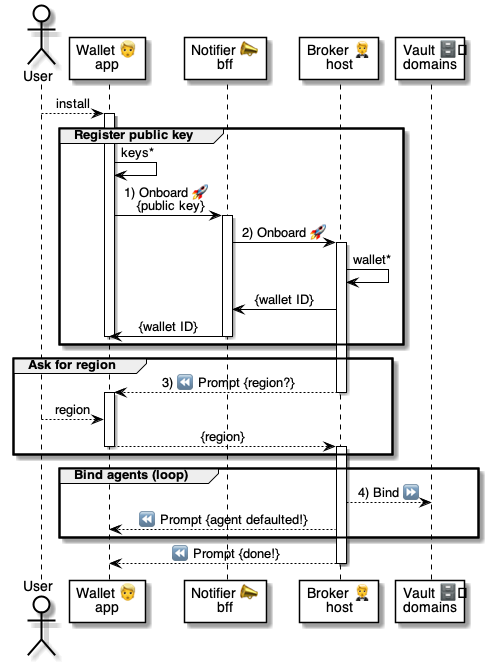
The PlantUML diagram 4 ⚙️ Solution/20 🧑‍🦰 UI/Wallets 🧑‍🦰/🧑‍🦰✨ Wallet onboard 🤵/...in App/🧑‍🦰 Onboard ⚙️ uml.png in pollyweb-org/pollyweb-docs, before a commit. Its source is kept beside it as 4 ⚙️ Solution/20 🧑‍🦰 UI/Wallets 🧑‍🦰/🧑‍🦰✨ Wallet onboard 🤵/...in App/🧑‍🦰 Onboard ⚙️ uml.puml.
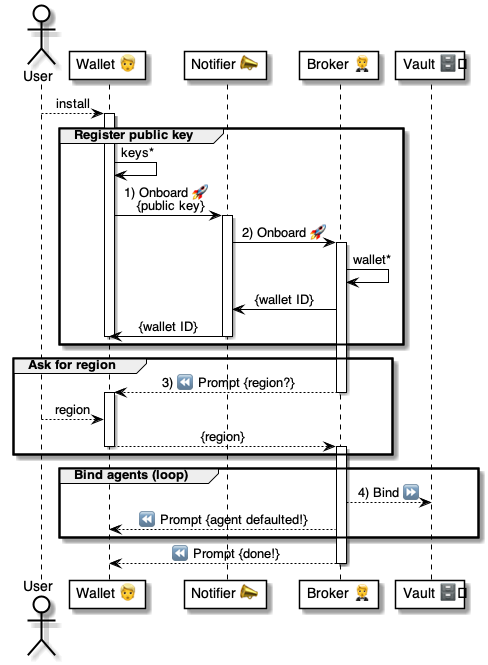
The same diagram one commit later.

Change to the diagram source:
```diff
@@ -1,10 +1,10 @@
 @startuml Setup
 
 actor User as user
-participant "Wallet 👱\napp" as wallet
-participant "Notifier 📣\nbff" as notifier
-participant "Broker 🤵\nhost" as broker
-participant "Vault 🗄️\ndomains" as vault
+participant "Wallet 👱" as wallet
+participant "Notifier 📣" as notifier
+participant "Broker 🤵" as broker
+participant "Vault 🗄️" as vault
 
 user --> wallet: install
 
```
